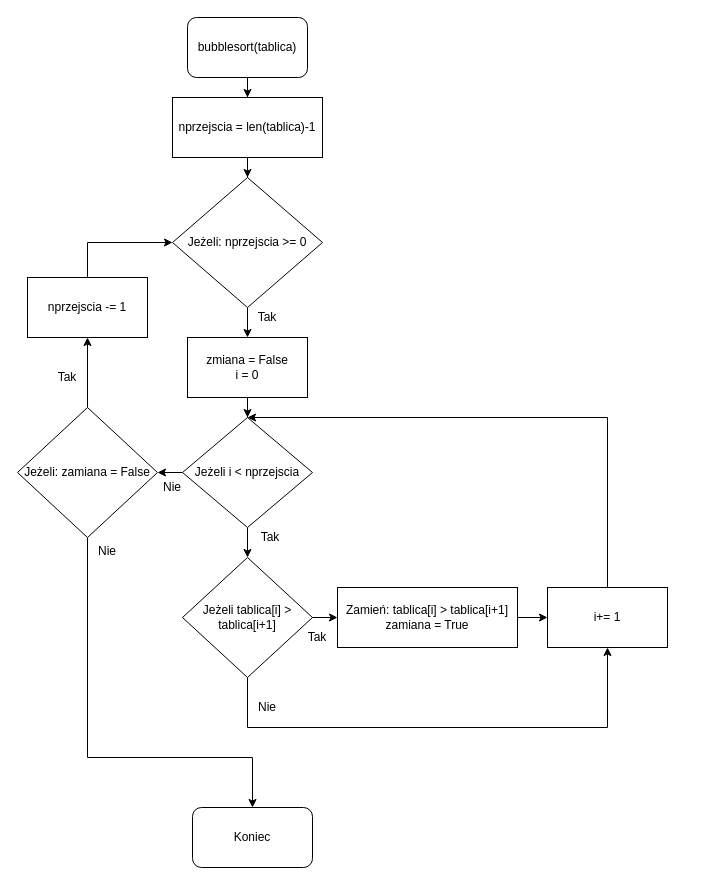
Before: Bubblesort/Bubble.drawio in finloop/pyhon_bubble_and_quicksort, a draw.io diagram. Source tidied: cells renumbered, new cells numbered last; positions are measured from the earlier drawing's top-left corner, leaving out a move shared by most shapes. Both pictures are drawn from the tidied source at 100%, with x=0, y=0 at pixel (17, 17).
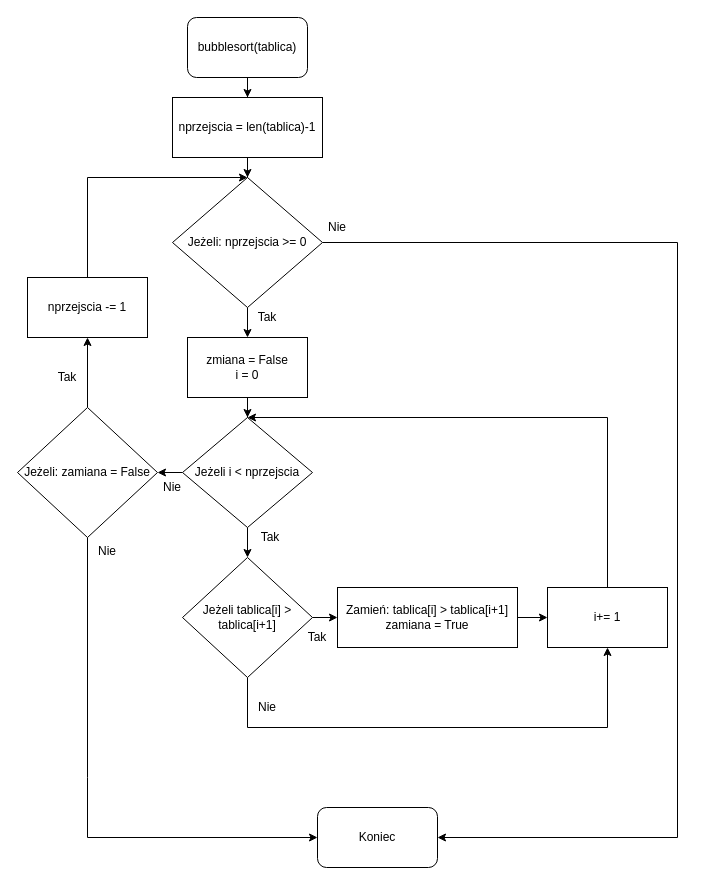
The same diagram, later.

The change refers to these unchanged cells:
```xml
<mxCell id="7" value="Jeżeli: nprzejscia &amp;gt;= 0" style="rhombus;whiteSpace=wrap;html=1;" parent="1" vertex="1">
  <mxGeometry x="155" y="160" width="150" height="130" as="geometry" />
</mxCell>
<mxCell id="16" value="Jeżeli: zamiana = False" style="rhombus;whiteSpace=wrap;html=1;" parent="1" vertex="1">
  <mxGeometry y="390" width="140" height="130" as="geometry" />
</mxCell>
<mxCell id="31" value="nprzejscia -= 1" style="rounded=0;whiteSpace=wrap;html=1;" parent="1" vertex="1">
  <mxGeometry x="10" y="260" width="120" height="60" as="geometry" />
</mxCell>
```

What changed in the source:
```diff
@@
+    <mxCell id="33" style="edgeStyle=orthogonalEdgeStyle;rounded=0;jettySize=auto;html=1;entryX=1;entryY=0.5;entryDx=0;entryDy=0;" parent="1" edge="1" source="7" target="28">
+      <mxGeometry relative="1" as="geometry">
+        <Array as="points">
+          <mxPoint x="660" y="225" />
+          <mxPoint x="660" y="820" />
+        </Array>
+      </mxGeometry>
+    </mxCell>
@@
     <mxCell id="14" style="edgeStyle=orthogonalEdgeStyle;rounded=0;jettySize=auto;html=1;" parent="1" edge="1" source="16" target="28">
       <mxGeometry relative="1" as="geometry">
         <Array as="points">
-          <mxPoint x="70" y="740" />
-          <mxPoint x="235" y="740" />
+          <mxPoint x="70" y="760" />
+          <mxPoint x="70" y="760" />
         </Array>
       </mxGeometry>
     </mxCell>
@@
     <mxCell id="28" value="Koniec" style="rounded=1;whiteSpace=wrap;html=1;" parent="1" vertex="1">
-      <mxGeometry x="175" y="790" width="120" height="60" as="geometry" />
+      <mxGeometry x="300" y="790" width="120" height="60" as="geometry" />
     </mxCell>
@@
-    <mxCell id="30" style="edgeStyle=orthogonalEdgeStyle;rounded=0;jettySize=auto;html=1;entryX=0;entryY=0.5;entryDx=0;entryDy=0;" parent="1" edge="1" source="31" target="7">
+    <mxCell id="30" style="edgeStyle=orthogonalEdgeStyle;rounded=0;jettySize=auto;html=1;entryX=0.5;entryY=0;entryDx=0;entryDy=0;" parent="1" edge="1" source="31" target="7">
       <mxGeometry relative="1" as="geometry">
         <Array as="points">
-          <mxPoint x="70" y="225" />
+          <mxPoint x="70" y="160" />
         </Array>
       </mxGeometry>
     </mxCell>
@@
+    <mxCell id="34" value="Nie&lt;br&gt;" style="text;html=1;strokeColor=none;fillColor=none;align=center;verticalAlign=middle;whiteSpace=wrap;rounded=0;" parent="1" vertex="1">
+      <mxGeometry x="300" y="200" width="40" height="20" as="geometry" />
+    </mxCell>
```
